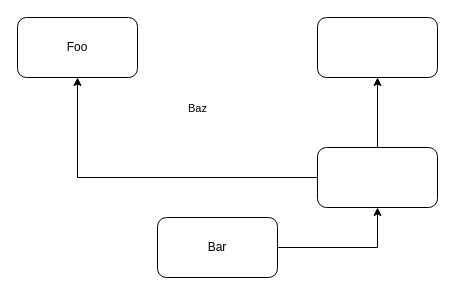
Above: Untitled Diagram.drawio in calmh/sandbox (draw.io), before the change. Source tidied: cells renumbered, new cells numbered last; positions are measured from the earlier drawing's top-left corner, leaving out a move shared by most shapes. Both pictures are drawn from the tidied source at 100%, with x=0, y=0 at pixel (17, 17).
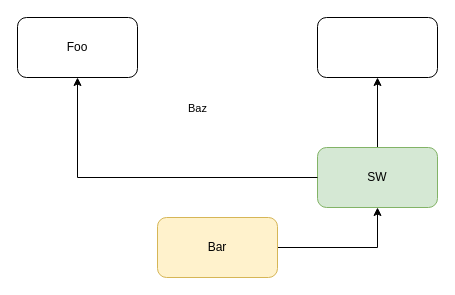
The same diagram, later.

The edit, as a diff of the source:
```diff
@@
 <mxGraphModel>
   <root>
     <mxCell id="0" />
     <mxCell id="1" parent="0" />
     <mxCell id="2" style="edgeStyle=orthogonalEdgeStyle;rounded=0;jettySize=auto;html=1;" parent="1" edge="1" source="3" target="5">
       <mxGeometry relative="1" as="geometry" />
     </mxCell>
-    <mxCell id="3" value="Bar" style="rounded=1;whiteSpace=wrap;html=1;" parent="1" vertex="1">
+    <mxCell id="3" value="Bar" style="rounded=1;whiteSpace=wrap;html=1;fillColor=#fff2cc;strokeColor=#d6b656;" parent="1" vertex="1">
       <mxGeometry x="140" y="200" width="120" height="60" as="geometry" />
     </mxCell>
     <mxCell id="4" style="edgeStyle=orthogonalEdgeStyle;rounded=0;jettySize=auto;html=1;" parent="1" edge="1" source="5" target="6">
       <mxGeometry relative="1" as="geometry" />
     </mxCell>
-    <mxCell id="5" style="rounded=1;whiteSpace=wrap;html=1;" parent="1" vertex="1">
+    <mxCell id="5" value="SW" style="rounded=1;whiteSpace=wrap;html=1;fillColor=#d5e8d4;strokeColor=#82b366;" parent="1" vertex="1">
       <mxGeometry x="300" y="130" width="120" height="60" as="geometry" />
     </mxCell>
     <mxCell id="6" style="rounded=1;whiteSpace=wrap;html=1;" parent="1" vertex="1">
       <mxGeometry x="300" width="120" height="60" as="geometry" />
     </mxCell>
     <mxCell id="7" value="Foo" style="rounded=1;whiteSpace=wrap;html=1;" parent="1" vertex="1">
       <mxGeometry width="120" height="60" as="geometry" />
     </mxCell>
     <mxCell id="8" style="edgeStyle=orthogonalEdgeStyle;rounded=0;jettySize=auto;html=1;" parent="1" edge="1" source="5" target="7">
       <mxGeometry relative="1" as="geometry" />
     </mxCell>
     <mxCell id="9" value="Baz" style="edgeLabel;html=1;align=center;verticalAlign=middle;" parent="8" vertex="1">
       <mxGeometry x="-0.22" y="-3" relative="1" as="geometry">
         <mxPoint x="12" y="-67" as="offset" />
       </mxGeometry>
     </mxCell>
   </root>
 </mxGraphModel>
```
